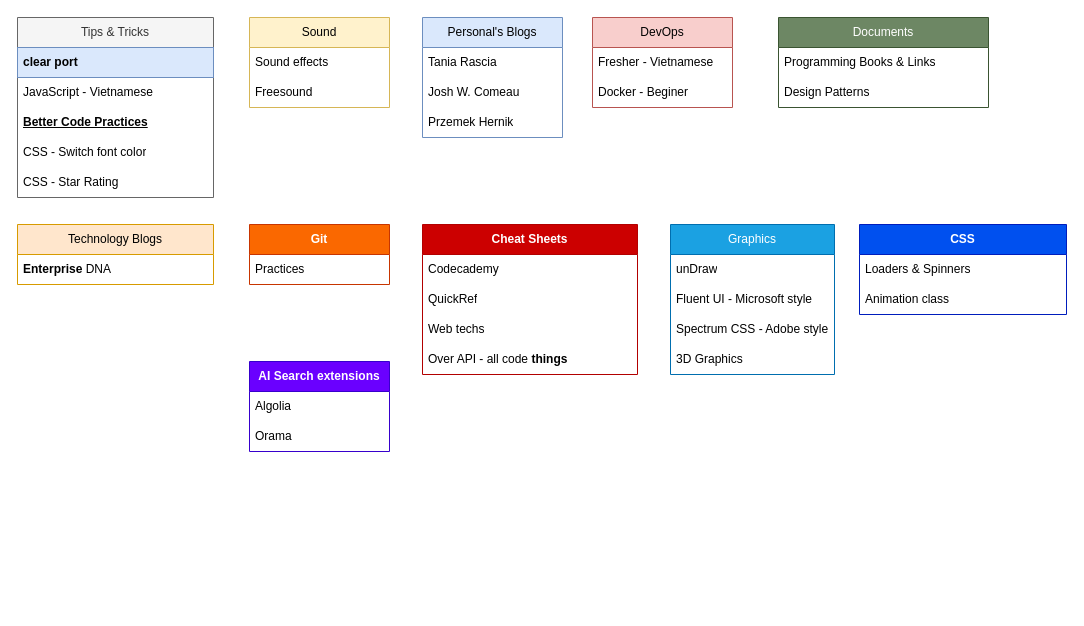
This is page "Resources" (4 of 5) of Link_Bookmarks.drawio from sunflynf/diagram-only, a draw.io file, before an edit. Source tidied: cells renumbered, new cells numbered last; positions are measured from the earlier drawing's top-left corner, leaving out a move shared by most shapes. Both pictures are drawn from the tidied source at 100%, with x=0, y=0 at pixel (17, 17).
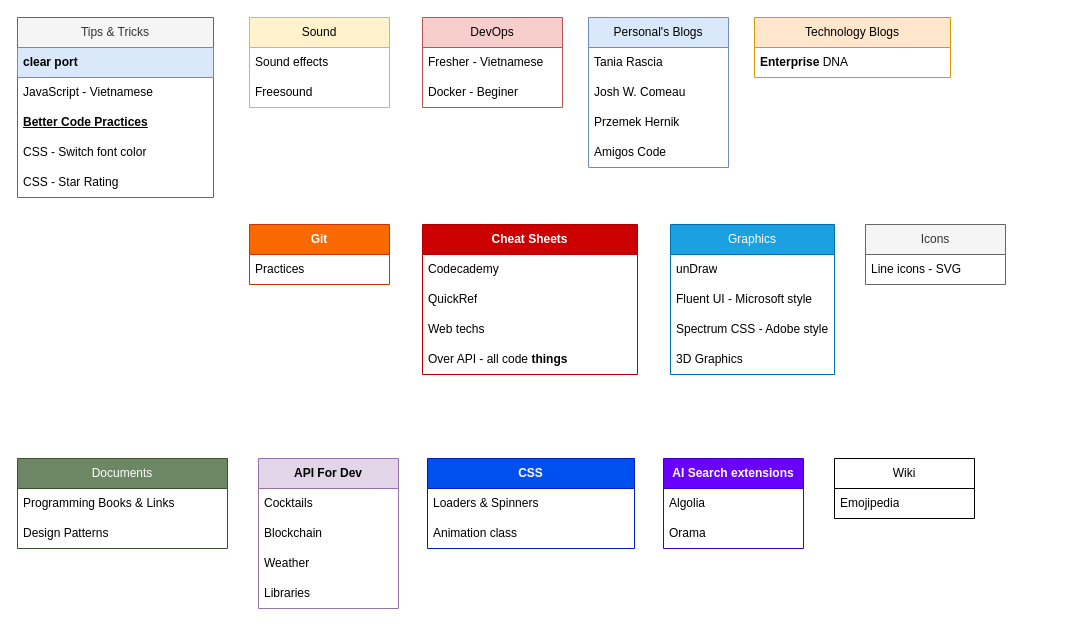
After the change.

The edit, as a diff of the source:
```diff
@@
-    <mxCell id="2" value="Sound" style="swimlane;fontStyle=0;horizontal=1;startSize=30;whiteSpace=wrap;html=1;fillColor=#fff2cc;strokeColor=#d6b656;" parent="1" vertex="1">
+    <mxCell id="2" value="Sound" style="swimlane;fontStyle=0;horizontal=1;startSize=30;whiteSpace=wrap;html=1;fillColor=#fff2cc;strokeColor=#d6b656;flipH=1;" parent="1" vertex="1">
       <mxGeometry x="232" width="140" height="90" as="geometry" />
     </mxCell>
@@
-    <mxCell id="5" value="Personal's Blogs" style="swimlane;fontStyle=0;horizontal=1;startSize=30;whiteSpace=wrap;html=1;fillColor=#dae8fc;strokeColor=#6c8ebf;" parent="1" vertex="1">
-      <mxGeometry x="405" width="140" height="120" as="geometry" />
+    <mxCell id="5" value="Personal's Blogs" style="swimlane;fontStyle=0;horizontal=1;startSize=30;whiteSpace=wrap;html=1;fillColor=#dae8fc;strokeColor=#6c8ebf;flipH=1;" parent="1" vertex="1">
+      <mxGeometry x="571" width="140" height="150" as="geometry" />
     </mxCell>
@@
+    <mxCell id="41" value="Amigos Code" style="text;strokeColor=none;fillColor=none;align=left;verticalAlign=middle;spacingLeft=4;spacingRight=4;overflow=hidden;whiteSpace=wrap;html=1;" parent="5" vertex="1">
+      <mxGeometry y="120" width="140" height="30" as="geometry" />
+    </mxCell>
-    <mxCell id="9" value="Tips &amp;amp; Tricks" style="swimlane;fontStyle=0;horizontal=1;startSize=30;whiteSpace=wrap;html=1;fillColor=#f5f5f5;fontColor=#333333;strokeColor=#666666;" parent="1" vertex="1">
+    <mxCell id="9" value="Tips &amp;amp; Tricks" style="swimlane;fontStyle=0;horizontal=1;startSize=30;whiteSpace=wrap;html=1;fillColor=#f5f5f5;fontColor=#333333;strokeColor=#666666;flipH=1;" parent="1" vertex="1">
       <mxGeometry width="196" height="180" as="geometry" />
     </mxCell>
@@
-    <mxCell id="15" value="DevOps" style="swimlane;fontStyle=0;horizontal=1;startSize=30;whiteSpace=wrap;html=1;fillColor=#f8cecc;strokeColor=#b85450;" parent="1" vertex="1">
-      <mxGeometry x="575" width="140" height="90" as="geometry" />
+    <mxCell id="15" value="DevOps" style="swimlane;fontStyle=0;horizontal=1;startSize=30;whiteSpace=wrap;html=1;fillColor=#f8cecc;strokeColor=#b85450;flipH=1;" parent="1" vertex="1">
+      <mxGeometry x="405" width="140" height="90" as="geometry" />
     </mxCell>
@@
-    <mxCell id="18" value="Git" style="swimlane;fontStyle=1;horizontal=1;startSize=30;whiteSpace=wrap;html=1;fillColor=#fa6800;strokeColor=#C73500;fontColor=#ffffff;" parent="1" vertex="1">
+    <mxCell id="18" value="Git" style="swimlane;fontStyle=1;horizontal=1;startSize=30;whiteSpace=wrap;html=1;fillColor=#fa6800;strokeColor=#C73500;fontColor=#ffffff;flipH=1;" parent="1" vertex="1">
       <mxGeometry x="232" y="207" width="140" height="60" as="geometry" />
     </mxCell>
@@
-    <mxCell id="20" value="Documents" style="swimlane;fontStyle=0;horizontal=1;startSize=30;whiteSpace=wrap;html=1;fillColor=#6d8764;fontColor=#ffffff;strokeColor=#3A5431;" parent="1" vertex="1">
-      <mxGeometry x="761" width="210" height="90" as="geometry" />
+    <mxCell id="20" value="Documents" style="swimlane;fontStyle=0;horizontal=1;startSize=30;whiteSpace=wrap;html=1;fillColor=#6d8764;fontColor=#ffffff;strokeColor=#3A5431;flipH=1;" parent="1" vertex="1">
+      <mxGeometry y="441" width="210" height="90" as="geometry" />
     </mxCell>
@@
-    <mxCell id="23" value="Cheat Sheets" style="swimlane;fontStyle=1;horizontal=1;startSize=30;whiteSpace=wrap;html=1;fillColor=#CC0000;fontColor=#ffffff;strokeColor=#B20000;" parent="1" vertex="1">
+    <mxCell id="23" value="Cheat Sheets" style="swimlane;fontStyle=1;horizontal=1;startSize=30;whiteSpace=wrap;html=1;fillColor=#CC0000;fontColor=#ffffff;strokeColor=#B20000;flipH=1;" parent="1" vertex="1">
       <mxGeometry x="405" y="207" width="215" height="150" as="geometry" />
     </mxCell>
@@
-    <mxCell id="28" value="Graphics" style="swimlane;fontStyle=0;horizontal=1;startSize=30;whiteSpace=wrap;html=1;fillColor=#1ba1e2;strokeColor=#006EAF;fontColor=#ffffff;" parent="1" vertex="1">
+    <mxCell id="28" value="Graphics" style="swimlane;fontStyle=0;horizontal=1;startSize=30;whiteSpace=wrap;html=1;fillColor=#1ba1e2;strokeColor=#006EAF;fontColor=#ffffff;flipH=1;" parent="1" vertex="1">
       <mxGeometry x="653" y="207" width="164" height="150" as="geometry" />
     </mxCell>
@@
-    <mxCell id="33" value="CSS" style="swimlane;fontStyle=1;horizontal=1;startSize=30;whiteSpace=wrap;html=1;fillColor=#0050ef;fontColor=#ffffff;strokeColor=#001DBC;" parent="1" vertex="1">
-      <mxGeometry x="842" y="207" width="207" height="90" as="geometry" />
+    <mxCell id="33" value="CSS" style="swimlane;fontStyle=1;horizontal=1;startSize=30;whiteSpace=wrap;html=1;fillColor=#0050ef;fontColor=#ffffff;strokeColor=#001DBC;flipH=1;" parent="1" vertex="1">
+      <mxGeometry x="410" y="441" width="207" height="90" as="geometry" />
     </mxCell>
@@
-    <mxCell id="36" value="AI Search extensions" style="swimlane;fontStyle=1;horizontal=1;startSize=30;whiteSpace=wrap;html=1;fillColor=#6a00ff;fontColor=#ffffff;strokeColor=#3700CC;" parent="1" vertex="1">
-      <mxGeometry x="232" y="344" width="140" height="90" as="geometry" />
+    <mxCell id="36" value="AI Search extensions" style="swimlane;fontStyle=1;horizontal=1;startSize=30;whiteSpace=wrap;html=1;fillColor=#6a00ff;fontColor=#ffffff;strokeColor=#3700CC;flipH=1;" parent="1" vertex="1">
+      <mxGeometry x="646" y="441" width="140" height="90" as="geometry" />
     </mxCell>
@@
-    <mxCell id="39" value="Technology Blogs" style="swimlane;fontStyle=0;horizontal=1;startSize=30;whiteSpace=wrap;html=1;fillColor=#ffe6cc;strokeColor=#d79b00;" parent="1" vertex="1">
-      <mxGeometry y="207" width="196" height="60" as="geometry" />
+    <mxCell id="39" value="Technology Blogs" style="swimlane;fontStyle=0;horizontal=1;startSize=30;whiteSpace=wrap;html=1;fillColor=#ffe6cc;strokeColor=#d79b00;flipH=1;" parent="1" vertex="1">
+      <mxGeometry x="737" width="196" height="60" as="geometry" />
     </mxCell>
@@
+    <mxCell id="42" value="API For Dev" style="swimlane;fontStyle=1;horizontal=1;startSize=30;whiteSpace=wrap;html=1;fillColor=#e1d5e7;strokeColor=#9673a6;flipH=1;" parent="1" vertex="1">
+      <mxGeometry x="241" y="441" width="140" height="150" as="geometry" />
+    </mxCell>
+    <mxCell id="43" value="Cocktails" style="text;strokeColor=none;fillColor=none;align=left;verticalAlign=middle;spacingLeft=4;spacingRight=4;overflow=hidden;whiteSpace=wrap;html=1;" parent="42" vertex="1">
+      <mxGeometry y="30" width="140" height="30" as="geometry" />
+    </mxCell>
+    <mxCell id="44" value="Blockchain" style="text;strokeColor=none;fillColor=none;align=left;verticalAlign=middle;spacingLeft=4;spacingRight=4;overflow=hidden;whiteSpace=wrap;html=1;" parent="42" vertex="1">
+      <mxGeometry y="60" width="140" height="30" as="geometry" />
+    </mxCell>
+    <mxCell id="45" value="Weather" style="text;strokeColor=none;fillColor=none;align=left;verticalAlign=middle;spacingLeft=4;spacingRight=4;overflow=hidden;whiteSpace=wrap;html=1;" parent="42" vertex="1">
+      <mxGeometry y="90" width="140" height="30" as="geometry" />
+    </mxCell>
+    <mxCell id="46" value="Libraries" style="text;strokeColor=none;fillColor=none;align=left;verticalAlign=middle;spacingLeft=4;spacingRight=4;overflow=hidden;whiteSpace=wrap;html=1;" parent="42" vertex="1">
+      <mxGeometry y="120" width="140" height="30" as="geometry" />
+    </mxCell>
+    <mxCell id="47" value="Wiki" style="swimlane;fontStyle=0;horizontal=1;startSize=30;whiteSpace=wrap;html=1;" parent="1" vertex="1">
+      <mxGeometry x="817" y="441" width="140" height="60" as="geometry" />
+    </mxCell>
+    <mxCell id="48" value="Emojipedia" style="text;strokeColor=none;fillColor=none;align=left;verticalAlign=middle;spacingLeft=4;spacingRight=4;overflow=hidden;whiteSpace=wrap;html=1;" parent="47" vertex="1">
+      <mxGeometry y="30" width="140" height="30" as="geometry" />
+    </mxCell>
+    <mxCell id="49" value="Icons" style="swimlane;fontStyle=0;horizontal=1;startSize=30;whiteSpace=wrap;html=1;fillColor=#f5f5f5;fontColor=#333333;strokeColor=#666666;" parent="1" vertex="1">
+      <mxGeometry x="848" y="207" width="140" height="60" as="geometry" />
+    </mxCell>
+    <mxCell id="50" value="Line icons - SVG" style="text;strokeColor=none;fillColor=none;align=left;verticalAlign=middle;spacingLeft=4;spacingRight=4;overflow=hidden;whiteSpace=wrap;html=1;" parent="49" vertex="1">
+      <mxGeometry y="30" width="140" height="30" as="geometry" />
+    </mxCell>
```
